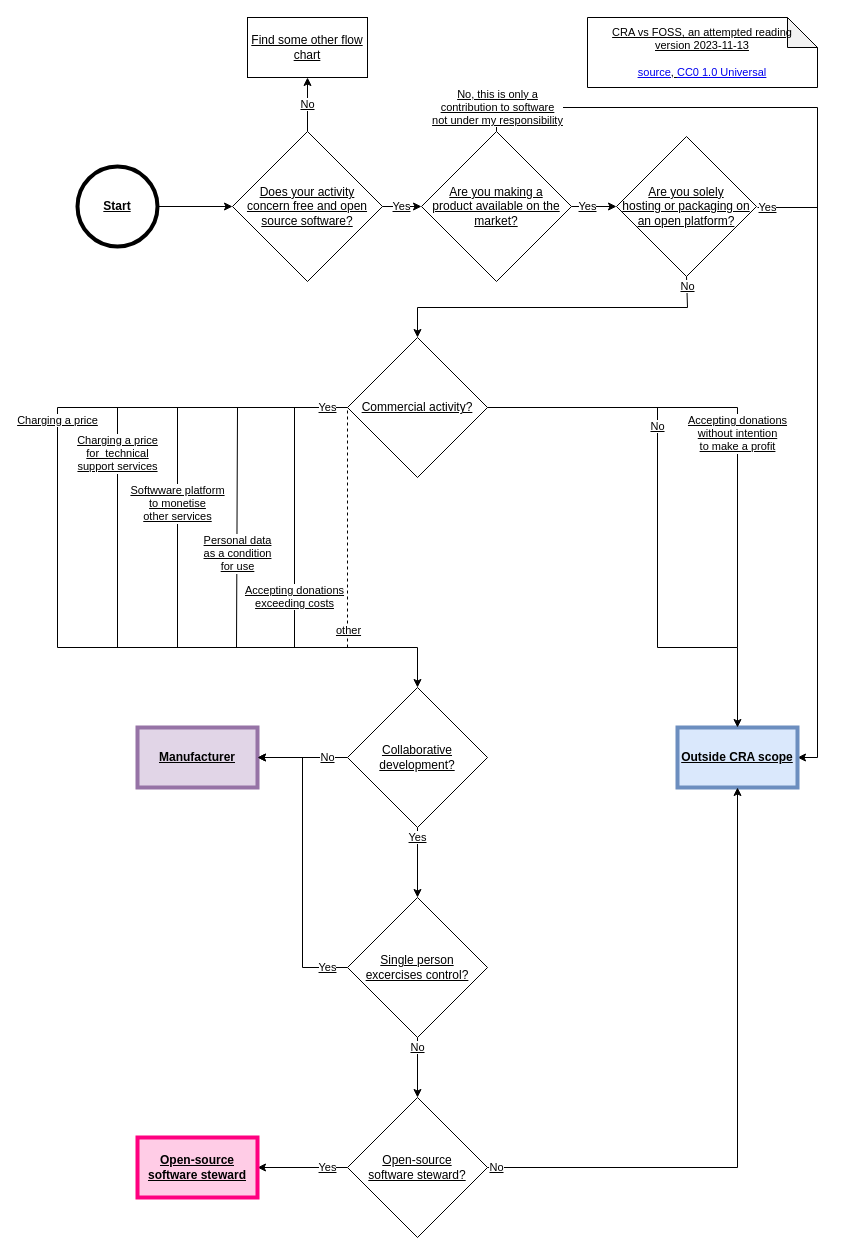
Above: FOSS flowchart.drawio in kappapiana/cra-foss-diagram (draw.io), before the change. Source tidied: cells renumbered, new cells numbered last; positions are measured from the earlier drawing's top-left corner, leaving out a move shared by most shapes. Both pictures are drawn from the tidied source at 100%, with x=0, y=0 at pixel (57, 17).
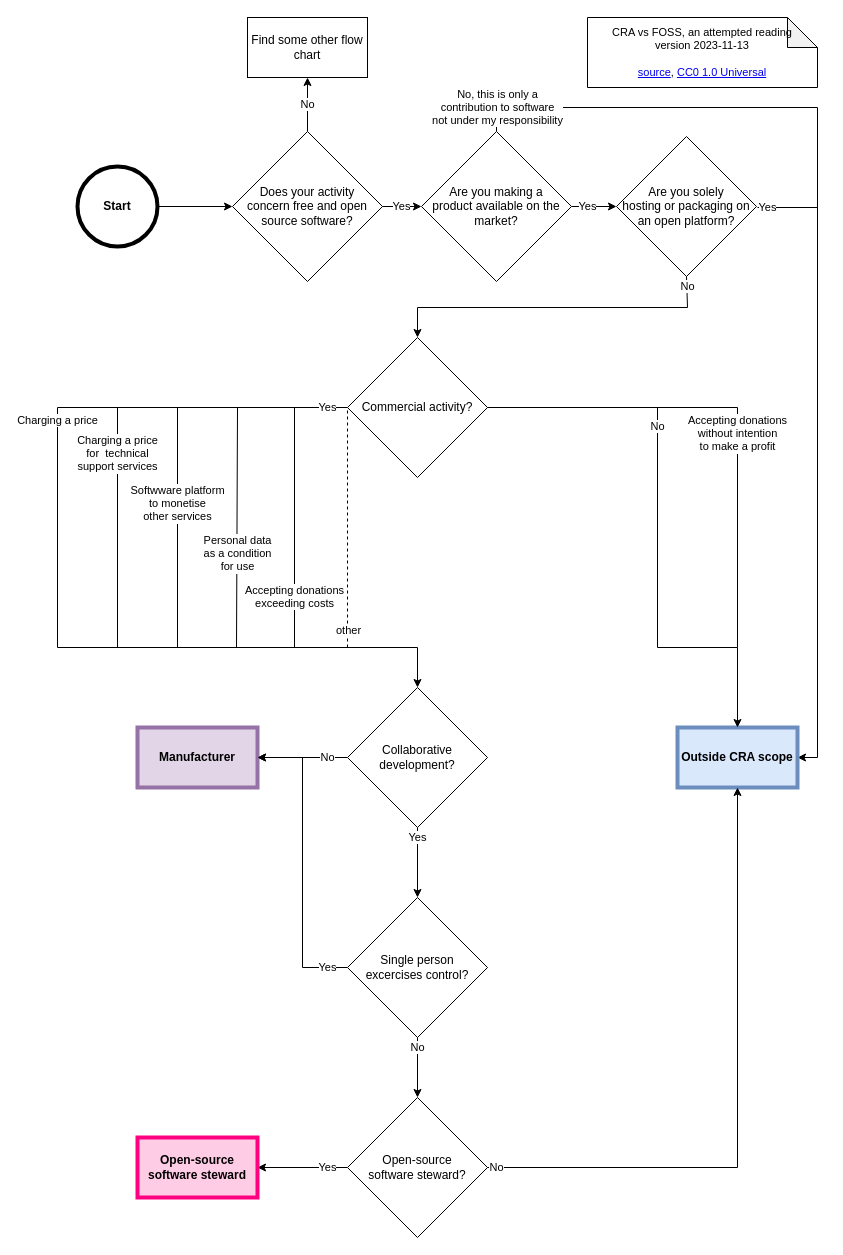
The same diagram, later.

Diff of the diagram source:
```diff
@@
-    <mxCell id="2" value="Commercial activity?" style="rhombus;whiteSpace=wrap;html=1;fontStyle=4;" parent="1" vertex="1">
+    <mxCell id="2" value="Commercial activity?" style="rhombus;whiteSpace=wrap;html=1;fontStyle=0;" parent="1" vertex="1">
       <mxGeometry x="290" y="320" width="140" height="140" as="geometry" />
     </mxCell>
-    <mxCell id="3" style="edgeStyle=orthogonalEdgeStyle;rounded=0;jettySize=auto;html=1;fontStyle=4;" parent="1" edge="1" source="4" target="12">
+    <mxCell id="3" style="edgeStyle=orthogonalEdgeStyle;rounded=0;jettySize=auto;html=1;fontStyle=0;" parent="1" edge="1" source="4" target="12">
       <mxGeometry relative="1" as="geometry" />
     </mxCell>
-    <mxCell id="4" value="Start" style="ellipse;whiteSpace=wrap;html=1;fontStyle=5;strokeWidth=4;" parent="1" vertex="1">
+    <mxCell id="4" value="Start" style="ellipse;whiteSpace=wrap;html=1;fontStyle=1;strokeWidth=4;" parent="1" vertex="1">
       <mxGeometry x="20" y="149" width="80" height="80" as="geometry" />
     </mxCell>
-    <mxCell id="5" value="Yes" style="edgeStyle=orthogonalEdgeStyle;rounded=0;jettySize=auto;html=1;fontStyle=4;" parent="1" edge="1" source="7" target="8">
+    <mxCell id="5" value="Yes" style="edgeStyle=orthogonalEdgeStyle;rounded=0;jettySize=auto;html=1;fontStyle=0;" parent="1" edge="1" source="7" target="8">
       <mxGeometry x="-0.29" relative="1" as="geometry" />
     </mxCell>
-    <mxCell id="6" value="&lt;div&gt;No, this is only a&lt;br&gt;contribution to software&lt;br&gt;not under my responsibility&lt;br&gt;&lt;/div&gt;" style="edgeStyle=orthogonalEdgeStyle;rounded=0;jettySize=auto;html=1;entryX=1;entryY=0.5;entryDx=0;entryDy=0;fontStyle=4;" parent="1" edge="1" source="7" target="26">
+    <mxCell id="6" value="&lt;div&gt;No, this is only a&lt;br&gt;contribution to software&lt;br&gt;not under my responsibility&lt;br&gt;&lt;/div&gt;" style="edgeStyle=orthogonalEdgeStyle;rounded=0;jettySize=auto;html=1;entryX=1;entryY=0.5;entryDx=0;entryDy=0;fontStyle=0;" parent="1" edge="1" source="7" target="26">
       <mxGeometry x="-0.95" relative="1" as="geometry">
         <Array as="points">
           <mxPoint x="439" y="90" />
           <mxPoint x="760" y="90" />
           <mxPoint x="760" y="740" />
         </Array>
       </mxGeometry>
     </mxCell>
-    <mxCell id="7" value="Are you making a&lt;br&gt;product available on the market?" style="rhombus;whiteSpace=wrap;html=1;fontSize=12;fontStyle=4;" parent="1" vertex="1">
+    <mxCell id="7" value="Are you making a&lt;br&gt;product available on the market?" style="rhombus;whiteSpace=wrap;html=1;fontSize=12;fontStyle=0;" parent="1" vertex="1">
       <mxGeometry x="364" y="114" width="150" height="150" as="geometry" />
     </mxCell>
-    <mxCell id="8" value="Are you solely&lt;br&gt;hosting or packaging on an open platform?" style="rhombus;whiteSpace=wrap;html=1;fontStyle=4;" parent="1" vertex="1">
+    <mxCell id="8" value="Are you solely&lt;br&gt;hosting or packaging on an open platform?" style="rhombus;whiteSpace=wrap;html=1;fontStyle=0;" parent="1" vertex="1">
       <mxGeometry x="559" y="119" width="140" height="140" as="geometry" />
     </mxCell>
-    <mxCell id="9" value="Find some other flow chart" style="rounded=0;whiteSpace=wrap;html=1;fontStyle=4;" parent="1" vertex="1">
+    <mxCell id="9" value="Find some other flow chart" style="rounded=0;whiteSpace=wrap;html=1;fontStyle=0;" parent="1" vertex="1">
       <mxGeometry x="190" width="120" height="60" as="geometry" />
     </mxCell>
-    <mxCell id="10" value="Yes" style="edgeStyle=orthogonalEdgeStyle;rounded=0;jettySize=auto;html=1;fontStyle=4;" parent="1" edge="1" source="12" target="7">
+    <mxCell id="10" value="Yes" style="edgeStyle=orthogonalEdgeStyle;rounded=0;jettySize=auto;html=1;fontStyle=0;" parent="1" edge="1" source="12" target="7">
       <mxGeometry relative="1" as="geometry" />
     </mxCell>
-    <mxCell id="11" value="No" style="edgeStyle=orthogonalEdgeStyle;rounded=0;jettySize=auto;html=1;fontStyle=4;" parent="1" edge="1" source="12" target="9">
+    <mxCell id="11" value="No" style="edgeStyle=orthogonalEdgeStyle;rounded=0;jettySize=auto;html=1;fontStyle=0;" parent="1" edge="1" source="12" target="9">
       <mxGeometry relative="1" as="geometry" />
     </mxCell>
-    <mxCell id="12" value="Does your activity&lt;br&gt;concern free and open source software?" style="rhombus;whiteSpace=wrap;html=1;fontSize=12;fontStyle=4;" parent="1" vertex="1">
+    <mxCell id="12" value="Does your activity&lt;br&gt;concern free and open source software?" style="rhombus;whiteSpace=wrap;html=1;fontSize=12;fontStyle=0;" parent="1" vertex="1">
       <mxGeometry x="175" y="114" width="150" height="150" as="geometry" />
     </mxCell>
-    <mxCell id="13" value="No" style="endArrow=classic;html=1;rounded=0;entryX=0.5;entryY=0;entryDx=0;entryDy=0;exitX=0.5;exitY=1;exitDx=0;exitDy=0;fontStyle=4;" parent="1" edge="1" source="8" target="2">
+    <mxCell id="13" value="No" style="endArrow=classic;html=1;rounded=0;entryX=0.5;entryY=0;entryDx=0;entryDy=0;exitX=0.5;exitY=1;exitDx=0;exitDy=0;fontStyle=0;" parent="1" edge="1" source="8" target="2">
       <mxGeometry x="-0.94" y="1" relative="1" as="geometry">
         <Array as="points">
           <mxPoint x="630" y="290" />
           <mxPoint x="360" y="290" />
         </Array>
       </mxGeometry>
     </mxCell>
-    <mxCell id="14" value="No" style="edgeStyle=orthogonalEdgeStyle;rounded=0;jettySize=auto;html=1;entryX=1;entryY=0.5;entryDx=0;entryDy=0;fontStyle=4;" parent="1" edge="1" source="16" target="28">
+    <mxCell id="14" value="No" style="edgeStyle=orthogonalEdgeStyle;rounded=0;jettySize=auto;html=1;entryX=1;entryY=0.5;entryDx=0;entryDy=0;fontStyle=0;" parent="1" edge="1" source="16" target="28">
       <mxGeometry x="-0.56" relative="1" as="geometry" />
     </mxCell>
-    <mxCell id="15" value="Yes" style="edgeStyle=orthogonalEdgeStyle;rounded=0;jettySize=auto;html=1;entryX=0.5;entryY=0;entryDx=0;entryDy=0;fontStyle=4;" parent="1" edge="1" source="16" target="31">
+    <mxCell id="15" value="Yes" style="edgeStyle=orthogonalEdgeStyle;rounded=0;jettySize=auto;html=1;entryX=0.5;entryY=0;entryDx=0;entryDy=0;fontStyle=0;" parent="1" edge="1" source="16" target="31">
       <mxGeometry x="-0.71" relative="1" as="geometry" />
     </mxCell>
-    <mxCell id="16" value="Collaborative development?" style="rhombus;whiteSpace=wrap;html=1;fontStyle=4;" parent="1" vertex="1">
+    <mxCell id="16" value="Collaborative development?" style="rhombus;whiteSpace=wrap;html=1;fontStyle=0;" parent="1" vertex="1">
       <mxGeometry x="290" y="670" width="140" height="140" as="geometry" />
     </mxCell>
-    <mxCell id="17" value="&lt;div&gt;Charging a price&lt;/div&gt;" style="endArrow=none;html=1;rounded=0;verticalAlign=top;fontStyle=4;" parent="1" edge="1">
+    <mxCell id="17" value="&lt;div&gt;Charging a price&lt;/div&gt;" style="endArrow=none;html=1;rounded=0;verticalAlign=top;fontStyle=0;" parent="1" edge="1">
       <mxGeometry x="-1" relative="1" as="geometry">
         <mxPoint y="390" as="sourcePoint" />
         <mxPoint y="630" as="targetPoint" />
       </mxGeometry>
     </mxCell>
-    <mxCell id="18" value="Charging a price&lt;br&gt;for&amp;nbsp; technical&lt;br&gt;support services" style="endArrow=none;html=1;rounded=0;verticalAlign=top;fontStyle=4;" parent="1" edge="1">
+    <mxCell id="18" value="Charging a price&lt;br&gt;for&amp;nbsp; technical&lt;br&gt;support services" style="endArrow=none;html=1;rounded=0;verticalAlign=top;fontStyle=0;" parent="1" edge="1">
       <mxGeometry x="-0.83" relative="1" as="geometry">
         <mxPoint x="60" y="390" as="sourcePoint" />
         <mxPoint x="60" y="630" as="targetPoint" />
       </mxGeometry>
     </mxCell>
-    <mxCell id="19" value="Softwware platform&lt;br&gt; to monetise&lt;br&gt;other services" style="endArrow=none;html=1;rounded=0;verticalAlign=top;fontStyle=4;" parent="1" edge="1">
+    <mxCell id="19" value="Softwware platform&lt;br&gt; to monetise&lt;br&gt;other services" style="endArrow=none;html=1;rounded=0;verticalAlign=top;fontStyle=0;" parent="1" edge="1">
       <mxGeometry x="0.42" relative="1" as="geometry">
         <mxPoint x="120" y="630" as="sourcePoint" />
         <mxPoint x="120" y="390" as="targetPoint" />
       </mxGeometry>
     </mxCell>
-    <mxCell id="20" value="Personal data&lt;br&gt;as a condition&lt;br&gt;for use" style="endArrow=none;html=1;rounded=0;verticalAlign=top;fontStyle=4;" parent="1" edge="1">
+    <mxCell id="20" value="Personal data&lt;br&gt;as a condition&lt;br&gt;for use" style="endArrow=none;html=1;rounded=0;verticalAlign=top;fontStyle=0;" parent="1" edge="1">
       <mxGeometry relative="1" as="geometry">
         <mxPoint x="179" y="630" as="sourcePoint" />
         <mxPoint x="180" y="390" as="targetPoint" />
         <mxPoint x="1" as="offset" />
       </mxGeometry>
     </mxCell>
-    <mxCell id="21" value="&lt;div&gt;Accepting donations&lt;br&gt;exceeding costs&lt;/div&gt;" style="endArrow=none;html=1;rounded=0;verticalAlign=top;fontStyle=4;" parent="1" edge="1">
+    <mxCell id="21" value="&lt;div&gt;Accepting donations&lt;br&gt;exceeding costs&lt;/div&gt;" style="endArrow=none;html=1;rounded=0;verticalAlign=top;fontStyle=0;" parent="1" edge="1">
       <mxGeometry x="-0.42" relative="1" as="geometry">
         <mxPoint x="237" y="630" as="sourcePoint" />
         <mxPoint x="237" y="390" as="targetPoint" />
       </mxGeometry>
     </mxCell>
-    <mxCell id="22" value="Yes" style="endArrow=none;html=1;rounded=0;entryX=0;entryY=0.5;entryDx=0;entryDy=0;fontStyle=4;" parent="1" edge="1" target="2">
+    <mxCell id="22" value="Yes" style="endArrow=none;html=1;rounded=0;entryX=0;entryY=0.5;entryDx=0;entryDy=0;fontStyle=0;" parent="1" edge="1" target="2">
       <mxGeometry x="0.86" relative="1" as="geometry">
         <mxPoint y="390" as="sourcePoint" />
       </mxGeometry>
     </mxCell>
-    <mxCell id="23" style="endArrow=classic;html=1;rounded=0;entryX=0.5;entryY=0;entryDx=0;entryDy=0;fontStyle=4;" parent="1" edge="1" target="16">
+    <mxCell id="23" style="endArrow=classic;html=1;rounded=0;entryX=0.5;entryY=0;entryDx=0;entryDy=0;fontStyle=0;" parent="1" edge="1" target="16">
       <mxGeometry relative="1" as="geometry">
         <mxPoint y="630" as="sourcePoint" />
         <Array as="points">
           <mxPoint x="360" y="630" />
         </Array>
       </mxGeometry>
     </mxCell>
-    <mxCell id="24" style="endArrow=none;dashed=1;html=1;rounded=0;entryX=0;entryY=0.5;entryDx=0;entryDy=0;fontStyle=4;" parent="1" edge="1" target="2">
+    <mxCell id="24" style="endArrow=none;dashed=1;html=1;rounded=0;entryX=0;entryY=0.5;entryDx=0;entryDy=0;fontStyle=0;" parent="1" edge="1" target="2">
       <mxGeometry relative="1" as="geometry">
         <mxPoint x="290" y="630" as="sourcePoint" />
       </mxGeometry>
     </mxCell>
-    <mxCell id="25" value="other" style="edgeLabel;html=1;align=center;verticalAlign=top;fontStyle=4;" parent="24" vertex="1">
+    <mxCell id="25" value="other" style="edgeLabel;html=1;align=center;verticalAlign=top;fontStyle=0;" parent="24" vertex="1">
       <mxGeometry x="-0.82" y="-2" relative="1" as="geometry">
         <mxPoint x="-2" y="-8" as="offset" />
       </mxGeometry>
     </mxCell>
-    <mxCell id="26" value="Outside CRA scope" style="rounded=0;whiteSpace=wrap;html=1;fillColor=#dae8fc;strokeColor=#6c8ebf;fontStyle=5;strokeWidth=4;" parent="1" vertex="1">
+    <mxCell id="26" value="Outside CRA scope" style="rounded=0;whiteSpace=wrap;html=1;fillColor=#dae8fc;strokeColor=#6c8ebf;fontStyle=1;strokeWidth=4;" parent="1" vertex="1">
       <mxGeometry x="620" y="710" width="120" height="60" as="geometry" />
     </mxCell>
-    <mxCell id="27" value="Yes" style="endArrow=none;html=1;rounded=0;fontStyle=4;" parent="1" edge="1">
+    <mxCell id="27" value="Yes" style="endArrow=none;html=1;rounded=0;fontStyle=0;" parent="1" edge="1">
       <mxGeometry x="-0.67" relative="1" as="geometry">
         <mxPoint x="700" y="190" as="sourcePoint" />
         <mxPoint x="760" y="190" as="targetPoint" />
       </mxGeometry>
     </mxCell>
-    <mxCell id="28" value="Manufacturer" style="rounded=0;whiteSpace=wrap;html=1;fillColor=#e1d5e7;strokeColor=#9673a6;fontStyle=5;strokeWidth=4;" parent="1" vertex="1">
+    <mxCell id="28" value="Manufacturer" style="rounded=0;whiteSpace=wrap;html=1;fillColor=#e1d5e7;strokeColor=#9673a6;fontStyle=1;strokeWidth=4;" parent="1" vertex="1">
       <mxGeometry x="80" y="710" width="120" height="60" as="geometry" />
     </mxCell>
-    <mxCell id="29" value="&lt;div&gt;Yes&lt;/div&gt;" style="edgeStyle=orthogonalEdgeStyle;rounded=0;jettySize=auto;html=1;entryX=1;entryY=0.5;entryDx=0;entryDy=0;fontStyle=4;" parent="1" edge="1" source="31" target="28">
+    <mxCell id="29" value="&lt;div&gt;Yes&lt;/div&gt;" style="edgeStyle=orthogonalEdgeStyle;rounded=0;jettySize=auto;html=1;entryX=1;entryY=0.5;entryDx=0;entryDy=0;fontStyle=0;" parent="1" edge="1" source="31" target="28">
       <mxGeometry x="-0.87" relative="1" as="geometry" />
     </mxCell>
-    <mxCell id="30" value="No" style="edgeStyle=orthogonalEdgeStyle;rounded=0;jettySize=auto;html=1;fontStyle=4;" parent="1" edge="1" source="31" target="34">
+    <mxCell id="30" value="No" style="edgeStyle=orthogonalEdgeStyle;rounded=0;jettySize=auto;html=1;fontStyle=0;" parent="1" edge="1" source="31" target="34">
       <mxGeometry x="-0.67" relative="1" as="geometry" />
     </mxCell>
-    <mxCell id="31" value="Single person&lt;br&gt;excercises control?" style="rhombus;whiteSpace=wrap;html=1;fontStyle=4;" parent="1" vertex="1">
+    <mxCell id="31" value="Single person&lt;br&gt;excercises control?" style="rhombus;whiteSpace=wrap;html=1;fontStyle=0;" parent="1" vertex="1">
       <mxGeometry x="290" y="880" width="140" height="140" as="geometry" />
     </mxCell>
-    <mxCell id="32" value="No" style="edgeStyle=orthogonalEdgeStyle;rounded=0;jettySize=auto;html=1;entryX=0.5;entryY=1;entryDx=0;entryDy=0;fontStyle=4;" parent="1" edge="1" source="34" target="26">
+    <mxCell id="32" value="No" style="edgeStyle=orthogonalEdgeStyle;rounded=0;jettySize=auto;html=1;entryX=0.5;entryY=1;entryDx=0;entryDy=0;fontStyle=0;" parent="1" edge="1" source="34" target="26">
       <mxGeometry x="-0.97" relative="1" as="geometry" />
     </mxCell>
-    <mxCell id="33" value="Yes" style="edgeStyle=orthogonalEdgeStyle;rounded=0;jettySize=auto;html=1;entryX=1;entryY=0.5;entryDx=0;entryDy=0;fontStyle=4;" parent="1" edge="1" source="34" target="35">
+    <mxCell id="33" value="Yes" style="edgeStyle=orthogonalEdgeStyle;rounded=0;jettySize=auto;html=1;entryX=1;entryY=0.5;entryDx=0;entryDy=0;fontStyle=0;" parent="1" edge="1" source="34" target="35">
       <mxGeometry x="-0.56" relative="1" as="geometry" />
     </mxCell>
-    <mxCell id="34" value="Open-source&lt;br&gt;software steward?" style="rhombus;whiteSpace=wrap;html=1;fontStyle=4;" parent="1" vertex="1">
+    <mxCell id="34" value="Open-source&lt;br&gt;software steward?" style="rhombus;whiteSpace=wrap;html=1;fontStyle=0;" parent="1" vertex="1">
       <mxGeometry x="290" y="1080" width="140" height="140" as="geometry" />
     </mxCell>
-    <mxCell id="35" value="Open-source software steward" style="rounded=0;whiteSpace=wrap;html=1;fillColor=#FFCCE6;strokeColor=#FF0080;fontStyle=5;strokeWidth=4;" parent="1" vertex="1">
+    <mxCell id="35" value="Open-source software steward" style="rounded=0;whiteSpace=wrap;html=1;fillColor=#FFCCE6;strokeColor=#FF0080;fontStyle=1;strokeWidth=4;" parent="1" vertex="1">
       <mxGeometry x="80" y="1120" width="120" height="60" as="geometry" />
     </mxCell>
-    <mxCell id="36" style="endArrow=classic;html=1;rounded=0;entryX=0.5;entryY=0;entryDx=0;entryDy=0;fontStyle=4;" parent="1" edge="1" target="26">
+    <mxCell id="36" style="endArrow=classic;html=1;rounded=0;entryX=0.5;entryY=0;entryDx=0;entryDy=0;fontStyle=0;" parent="1" edge="1" target="26">
       <mxGeometry relative="1" as="geometry">
         <mxPoint x="680" y="630" as="sourcePoint" />
       </mxGeometry>
     </mxCell>
-    <mxCell id="37" style="endArrow=none;html=1;rounded=0;exitX=1;exitY=0.5;exitDx=0;exitDy=0;fontStyle=4;" parent="1" edge="1" source="2">
+    <mxCell id="37" style="endArrow=none;html=1;rounded=0;exitX=1;exitY=0.5;exitDx=0;exitDy=0;fontStyle=0;" parent="1" edge="1" source="2">
       <mxGeometry relative="1" as="geometry">
         <mxPoint x="680" y="390" as="targetPoint" />
       </mxGeometry>
     </mxCell>
-    <mxCell id="38" value="No" style="endArrow=none;html=1;rounded=0;fontStyle=4;" parent="1" edge="1">
+    <mxCell id="38" value="No" style="endArrow=none;html=1;rounded=0;fontStyle=0;" parent="1" edge="1">
       <mxGeometry x="0.88" relative="1" as="geometry">
         <mxPoint x="680" y="630" as="sourcePoint" />
         <mxPoint x="600" y="390" as="targetPoint" />
         <Array as="points">
           <mxPoint x="600" y="630" />
         </Array>
       </mxGeometry>
     </mxCell>
-    <mxCell id="39" value="Accepting donations&lt;br&gt;without intention&lt;br&gt;to make a profit" style="endArrow=none;html=1;rounded=0;verticalAlign=top;fontStyle=4;" parent="1" edge="1">
+    <mxCell id="39" value="Accepting donations&lt;br&gt;without intention&lt;br&gt;to make a profit" style="endArrow=none;html=1;rounded=0;verticalAlign=top;fontStyle=0;" parent="1" edge="1">
       <mxGeometry x="1" relative="1" as="geometry">
         <mxPoint x="680" y="630" as="sourcePoint" />
         <mxPoint x="680" y="390" as="targetPoint" />
       </mxGeometry>
     </mxCell>
-    <mxCell id="40" value="&lt;span style=&quot;font-size: 11px; font-family: &amp;quot;FiraSans&amp;quot;;&quot;&gt;CRA vs FOSS, an attempted reading&lt;br&gt;&lt;/span&gt;&lt;div&gt;&lt;span style=&quot;font-size: 11px; font-family: &amp;quot;FiraSans&amp;quot;;&quot;&gt;version 2023-11-13&lt;/span&gt;&lt;/div&gt;&lt;div&gt;&lt;span style=&quot;font-size: 11px; font-family: &amp;quot;FiraSans&amp;quot;;&quot;&gt;&lt;br&gt;&lt;/span&gt;&lt;/div&gt;&lt;div&gt;&lt;span style=&quot;font-size: 11px; font-family: &amp;quot;FiraSans&amp;quot;;&quot;&gt;&lt;a href=&quot;https://github.com/maertsen/cra-foss-diagram&quot;&gt;source&lt;/a&gt;, &lt;/span&gt;&lt;span style=&quot;font-size: 11px; font-family: &amp;quot;FiraSans&amp;quot;;&quot;&gt;&lt;a href=&quot;https://creativecommons.org/publicdomain/zero/1.0/&quot;&gt;CC0 1.0 Universal&lt;/a&gt;&lt;/span&gt;&lt;/div&gt;" style="shape=note;whiteSpace=wrap;html=1;backgroundOutline=1;darkOpacity=0.05;fontStyle=4;fontSize=11;" parent="1" vertex="1">
+    <mxCell id="40" value="&lt;span style=&quot;font-size: 11px; font-family: &amp;quot;FiraSans&amp;quot;;&quot;&gt;CRA vs FOSS, an attempted reading&lt;br&gt;&lt;/span&gt;&lt;div&gt;&lt;span style=&quot;font-size: 11px; font-family: &amp;quot;FiraSans&amp;quot;;&quot;&gt;version 2023-11-13&lt;/span&gt;&lt;/div&gt;&lt;div&gt;&lt;span style=&quot;font-size: 11px; font-family: &amp;quot;FiraSans&amp;quot;;&quot;&gt;&lt;br&gt;&lt;/span&gt;&lt;/div&gt;&lt;div&gt;&lt;span style=&quot;font-size: 11px; font-family: &amp;quot;FiraSans&amp;quot;;&quot;&gt;&lt;a href=&quot;https://github.com/maertsen/cra-foss-diagram&quot;&gt;source&lt;/a&gt;, &lt;/span&gt;&lt;span style=&quot;font-size: 11px; font-family: &amp;quot;FiraSans&amp;quot;;&quot;&gt;&lt;a href=&quot;https://creativecommons.org/publicdomain/zero/1.0/&quot;&gt;CC0 1.0 Universal&lt;/a&gt;&lt;/span&gt;&lt;/div&gt;" style="shape=note;whiteSpace=wrap;html=1;backgroundOutline=1;darkOpacity=0.05;fontStyle=0;fontSize=11;" parent="1" vertex="1">
       <mxGeometry x="530" width="230" height="70" as="geometry" />
     </mxCell>
```
